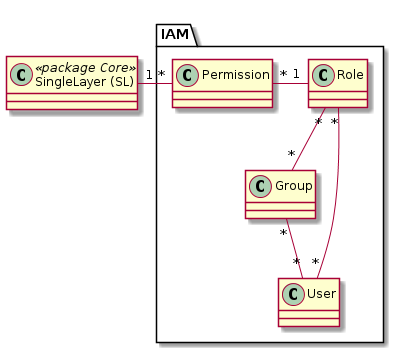
simi-so/mm keeps this PlantUML diagram as puml_output/simi_iam.png. Above is the earlier version.
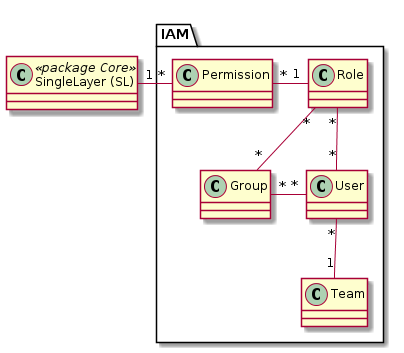
Above is the later version.

What changed in the source:
```diff
@@ -2,6 +2,7 @@
 package IAM {
 class "Group" as grp
 class "User" as usr
+class "Team" as team
 class "Role" as role
 class "Permission" as perm
 }
@@ -13,5 +14,7 @@
 
 role "*" -- "*" grp
 role "*" -- "*" usr
-grp "*" -- "*" usr
+grp "*" -right- "*" usr
+
+usr "*" -- "1" team
 @enduml
```
